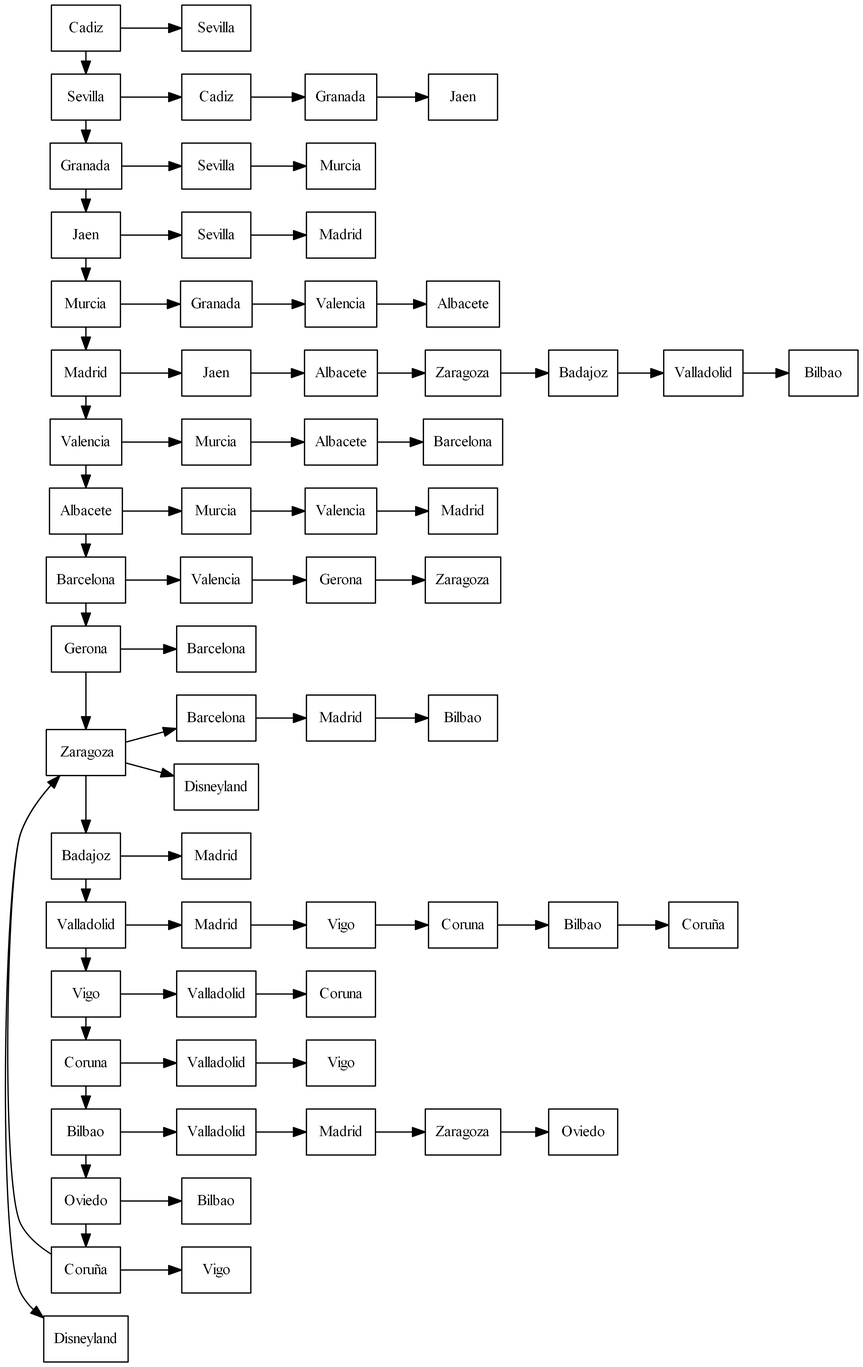
Pegre369/-EDD-Proyecto2_201701187_201706357 keeps this Graphviz diagram as [EDD]Proyecto2/Lista_Adyasente.png. Above is the earlier version. Its source is kept beside it as [EDD]Proyecto2/Lista_Adyasente.dot.
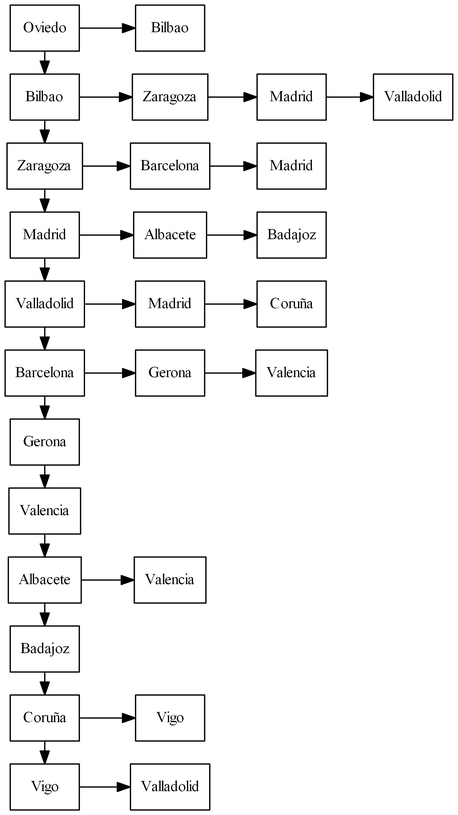
Above is the later version.

Diff of the diagram source:
```diff
@@ -1,140 +1,60 @@
 digraph G {
  rankdir=LR
  node[shape=box];
-graph [ dpi = 300 ];
-Cadiz[ label = "Cadiz", fontsize=12];
-Sevilla[ label = "Sevilla", fontsize=12];
-Granada[ label = "Granada", fontsize=12];
-Jaen[ label = "Jaen", fontsize=12];
-Murcia[ label = "Murcia", fontsize=12];
+ graph [ dpi = 300 ];
+Oviedo[ label = "Oviedo", fontsize=12];
+Bilbao[ label = "Bilbao", fontsize=12];
+Zaragoza[ label = "Zaragoza", fontsize=12];
 Madrid[ label = "Madrid", fontsize=12];
+Valladolid[ label = "Valladolid", fontsize=12];
+Barcelona[ label = "Barcelona", fontsize=12];
+Gerona[ label = "Gerona", fontsize=12];
 Valencia[ label = "Valencia", fontsize=12];
 Albacete[ label = "Albacete", fontsize=12];
-Barcelona[ label = "Barcelona", fontsize=12];
-Gerona[ label = "Gerona", fontsize=12];
-Zaragoza[ label = "Zaragoza", fontsize=12];
 Badajoz[ label = "Badajoz", fontsize=12];
-Valladolid[ label = "Valladolid", fontsize=12];
+Coruña[ label = "Coruña", fontsize=12];
 Vigo[ label = "Vigo", fontsize=12];
-Coruna[ label = "Coruna", fontsize=12];
-Bilbao[ label = "Bilbao", fontsize=12];
-Oviedo[ label = "Oviedo", fontsize=12];
-Coruña[ label = "Coruña", fontsize=12];
- Zaragoza[ label = " Zaragoza", fontsize=12];
-Disneyland[ label = "Disneyland", fontsize=12];
-Cadiz->Sevilla[constraint=false];
-Sevilla->Granada[constraint=false];
-Granada->Jaen[constraint=false];
-Jaen->Murcia[constraint=false];
-Murcia->Madrid[constraint=false];
-Madrid->Valencia[constraint=false];
+Oviedo->Bilbao[constraint=false];
+Bilbao->Zaragoza[constraint=false];
+Zaragoza->Madrid[constraint=false];
+Madrid->Valladolid[constraint=false];
+Valladolid->Barcelona[constraint=false];
+Barcelona->Gerona[constraint=false];
+Gerona->Valencia[constraint=false];
 Valencia->Albacete[constraint=false];
-Albacete->Barcelona[constraint=false];
-Barcelona->Gerona[constraint=false];
-Gerona->Zaragoza[constraint=false];
-Zaragoza->Badajoz[constraint=false];
-Badajoz->Valladolid[constraint=false];
-Valladolid->Vigo[constraint=false];
-Vigo->Coruna[constraint=false];
-Coruna->Bilbao[constraint=false];
-Bilbao->Oviedo[constraint=false];
-Oviedo->Coruña[constraint=false];
-Coruña-> Zaragoza[constraint=false];
- Zaragoza->Disneyland[constraint=false];
+Albacete->Badajoz[constraint=false];
+Badajoz->Coruña[constraint=false];
+Coruña->Vigo[constraint=false];
 
-Sevilla1[ label = "Sevilla", fontsize=12];
-Cadiz2[ label = "Cadiz", fontsize=12];
-Granada3[ label = "Granada", fontsize=12];
-Jaen4[ label = "Jaen", fontsize=12];
-Sevilla5[ label = "Sevilla", fontsize=12];
-Murcia6[ label = "Murcia", fontsize=12];
-Sevilla7[ label = "Sevilla", fontsize=12];
-Madrid8[ label = "Madrid", fontsize=12];
-Granada9[ label = "Granada", fontsize=12];
-Valencia10[ label = "Valencia", fontsize=12];
-Albacete11[ label = "Albacete", fontsize=12];
-Jaen12[ label = "Jaen", fontsize=12];
-Albacete13[ label = "Albacete", fontsize=12];
-Zaragoza14[ label = "Zaragoza", fontsize=12];
-Badajoz15[ label = "Badajoz", fontsize=12];
-Valladolid16[ label = "Valladolid", fontsize=12];
-Bilbao17[ label = "Bilbao", fontsize=12];
-Murcia18[ label = "Murcia", fontsize=12];
-Albacete19[ label = "Albacete", fontsize=12];
-Barcelona20[ label = "Barcelona", fontsize=12];
-Murcia21[ label = "Murcia", fontsize=12];
-Valencia22[ label = "Valencia", fontsize=12];
-Madrid23[ label = "Madrid", fontsize=12];
-Valencia24[ label = "Valencia", fontsize=12];
-Gerona25[ label = "Gerona", fontsize=12];
-Zaragoza26[ label = "Zaragoza", fontsize=12];
-Barcelona27[ label = "Barcelona", fontsize=12];
-Barcelona28[ label = "Barcelona", fontsize=12];
-Madrid29[ label = "Madrid", fontsize=12];
-Bilbao30[ label = "Bilbao", fontsize=12];
-Madrid31[ label = "Madrid", fontsize=12];
-Madrid32[ label = "Madrid", fontsize=12];
-Vigo33[ label = "Vigo", fontsize=12];
-Coruna34[ label = "Coruna", fontsize=12];
-Bilbao35[ label = "Bilbao", fontsize=12];
-Coruña36[ label = "Coruña", fontsize=12];
-Valladolid37[ label = "Valladolid", fontsize=12];
-Coruna38[ label = "Coruna", fontsize=12];
-Valladolid39[ label = "Valladolid", fontsize=12];
-Vigo40[ label = "Vigo", fontsize=12];
-Valladolid41[ label = "Valladolid", fontsize=12];
-Madrid42[ label = "Madrid", fontsize=12];
-Zaragoza43[ label = "Zaragoza", fontsize=12];
-Oviedo44[ label = "Oviedo", fontsize=12];
-Bilbao45[ label = "Bilbao", fontsize=12];
-Vigo46[ label = "Vigo", fontsize=12];
-Disneyland47[ label = "Disneyland", fontsize=12];
-Cadiz->Sevilla1;
-Sevilla->Cadiz2;
-Cadiz2->Granada3;
-Granada3->Jaen4;
-Granada->Sevilla5;
-Sevilla5->Murcia6;
-Jaen->Sevilla7;
-Sevilla7->Madrid8;
-Murcia->Granada9;
-Granada9->Valencia10;
-Valencia10->Albacete11;
-Madrid->Jaen12;
-Jaen12->Albacete13;
-Albacete13->Zaragoza14;
-Zaragoza14->Badajoz15;
-Badajoz15->Valladolid16;
-Valladolid16->Bilbao17;
-Valencia->Murcia18;
-Murcia18->Albacete19;
-Albacete19->Barcelona20;
-Albacete->Murcia21;
-Murcia21->Valencia22;
-Valencia22->Madrid23;
-Barcelona->Valencia24;
-Valencia24->Gerona25;
-Gerona25->Zaragoza26;
-Gerona->Barcelona27;
-Zaragoza->Barcelona28;
-Barcelona28->Madrid29;
-Madrid29->Bilbao30;
-Badajoz->Madrid31;
-Valladolid->Madrid32;
-Madrid32->Vigo33;
-Vigo33->Coruna34;
-Coruna34->Bilbao35;
-Bilbao35->Coruña36;
-Vigo->Valladolid37;
-Valladolid37->Coruna38;
-Coruna->Valladolid39;
-Valladolid39->Vigo40;
-Bilbao->Valladolid41;
-Valladolid41->Madrid42;
-Madrid42->Zaragoza43;
-Zaragoza43->Oviedo44;
-Oviedo->Bilbao45;
-Coruña->Vigo46;
- Zaragoza->Disneyland47;
+Bilbao1[ label = "Bilbao", fontsize=12];
+Zaragoza2[ label = "Zaragoza", fontsize=12];
+Madrid3[ label = "Madrid", fontsize=12];
+Valladolid4[ label = "Valladolid", fontsize=12];
+Barcelona5[ label = "Barcelona", fontsize=12];
+Madrid6[ label = "Madrid", fontsize=12];
+Albacete7[ label = "Albacete", fontsize=12];
+Badajoz8[ label = "Badajoz", fontsize=12];
+Madrid9[ label = "Madrid", fontsize=12];
+Coruña10[ label = "Coruña", fontsize=12];
+Gerona11[ label = "Gerona", fontsize=12];
+Valencia12[ label = "Valencia", fontsize=12];
+Valencia13[ label = "Valencia", fontsize=12];
+Vigo14[ label = "Vigo", fontsize=12];
+Valladolid15[ label = "Valladolid", fontsize=12];
+Oviedo->Bilbao1;
+Bilbao->Zaragoza2;
+Zaragoza2->Madrid3;
+Madrid3->Valladolid4;
+Zaragoza->Barcelona5;
+Barcelona5->Madrid6;
+Madrid->Albacete7;
+Albacete7->Badajoz8;
+Valladolid->Madrid9;
+Madrid9->Coruña10;
+Barcelona->Gerona11;
+Gerona11->Valencia12;
+Albacete->Valencia13;
+Coruña->Vigo14;
+Vigo->Valladolid15;
 
 }
```
